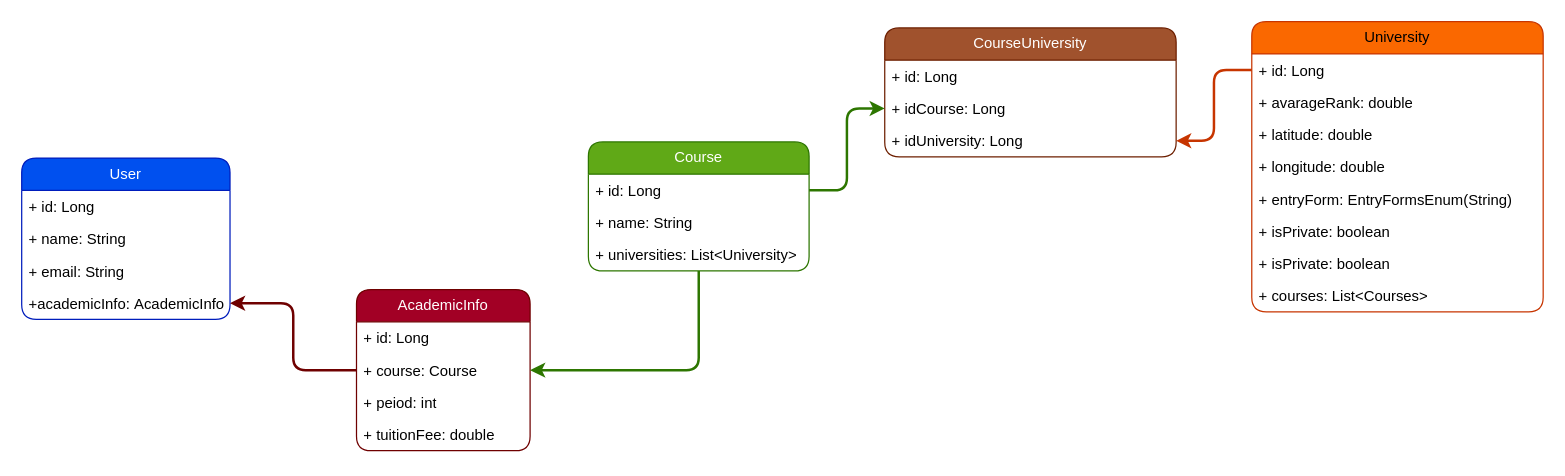
Before: EntityDiagram.drawio in RayCoWYDEN/rayco-docs, a draw.io diagram. Source tidied: cells renumbered, new cells numbered last; positions are measured from the earlier drawing's top-left corner, leaving out a move shared by most shapes. Both pictures are drawn from the tidied source at 124%, with x=0, y=0 at pixel (21, 21).
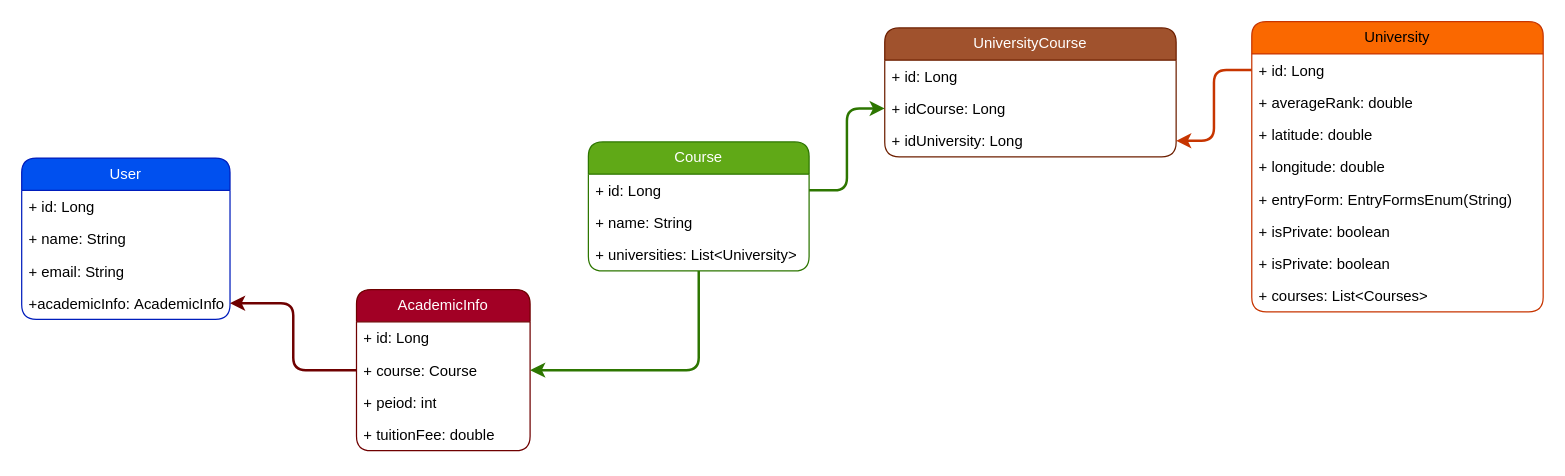
After the change.

Unchanged cells that the change refers to:
```xml
<mxCell id="18" value="University" style="swimlane;fontStyle=0;horizontal=1;startSize=26;fillColor=#fa6800;whiteSpace=wrap;html=1;rounded=1;strokeColor=#C73500;fontColor=#000000;" parent="1" vertex="1">
  <mxGeometry x="992" width="235" height="234" as="geometry" />
</mxCell>
```

The edit, as a diff of the source:
```diff
@@
-    <mxCell id="20" value="+ avarageRank: double" style="text;strokeColor=none;fillColor=none;align=left;verticalAlign=top;spacingLeft=4;spacingRight=4;overflow=hidden;whiteSpace=wrap;html=1;rounded=1;" parent="18" vertex="1">
+    <mxCell id="20" value="+ averageRank: double" style="text;strokeColor=none;fillColor=none;align=left;verticalAlign=top;spacingLeft=4;spacingRight=4;overflow=hidden;whiteSpace=wrap;html=1;rounded=1;" parent="18" vertex="1">
       <mxGeometry y="52" width="235" height="26" as="geometry" />
     </mxCell>
@@
-    <mxCell id="27" value="CourseUniversity" style="swimlane;fontStyle=0;horizontal=1;startSize=26;fillColor=#a0522d;whiteSpace=wrap;html=1;rounded=1;strokeColor=#6D1F00;fontColor=#ffffff;" parent="1" vertex="1">
+    <mxCell id="27" value="UniversityCourse" style="swimlane;fontStyle=0;horizontal=1;startSize=26;fillColor=#a0522d;whiteSpace=wrap;html=1;rounded=1;strokeColor=#6D1F00;fontColor=#ffffff;" parent="1" vertex="1">
       <mxGeometry x="696" y="5" width="235" height="104" as="geometry" />
     </mxCell>
```
